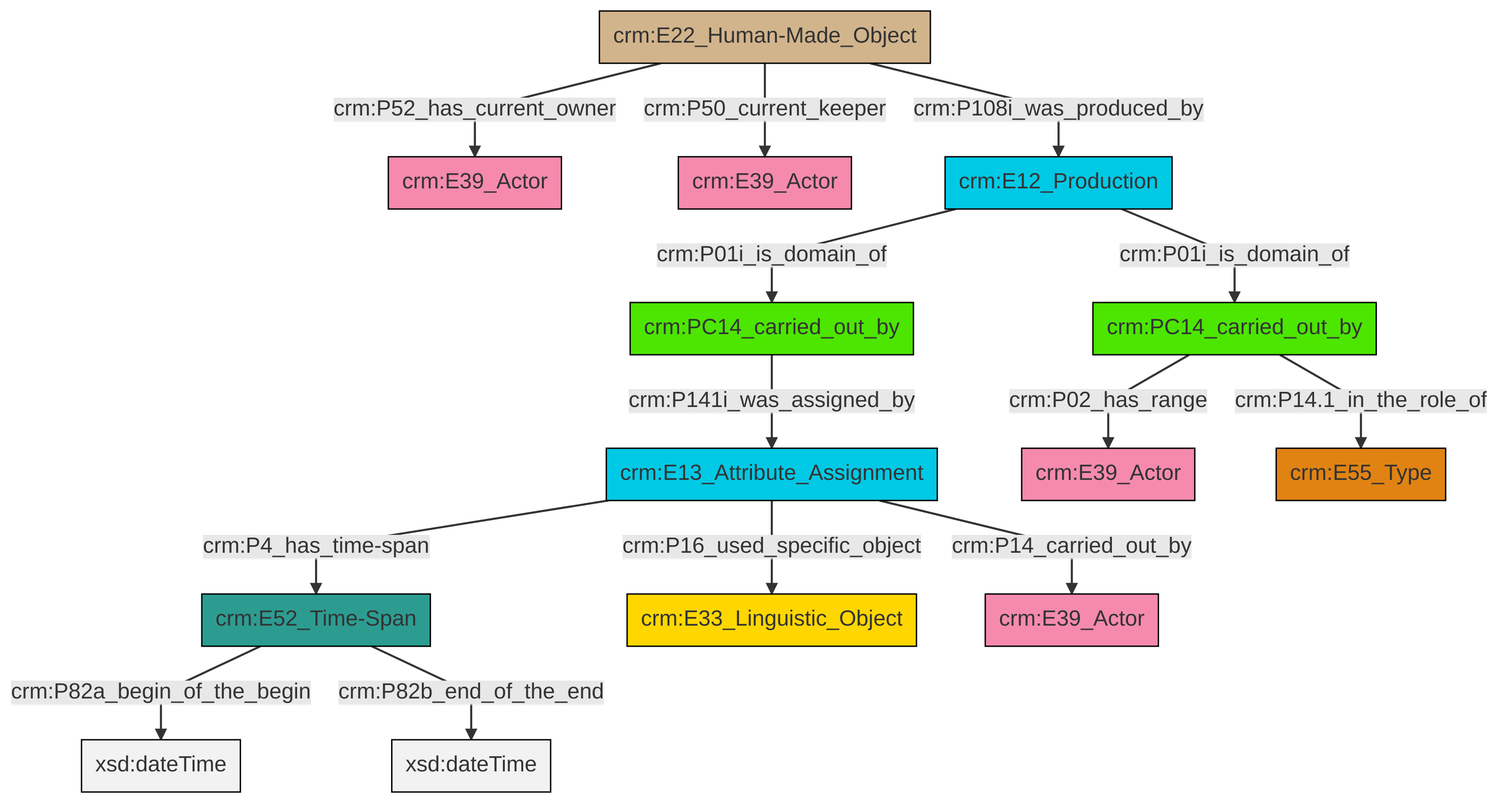
The Mermaid diagram et/carrierCSV/ttl/mmd/png/carrier_relations.png in swiss-art-research-net/docs.swissartresearch, before a commit. Its source is kept beside it as et/carrierCSV/ttl/mmd/carrier_relations.ttl.mmd.
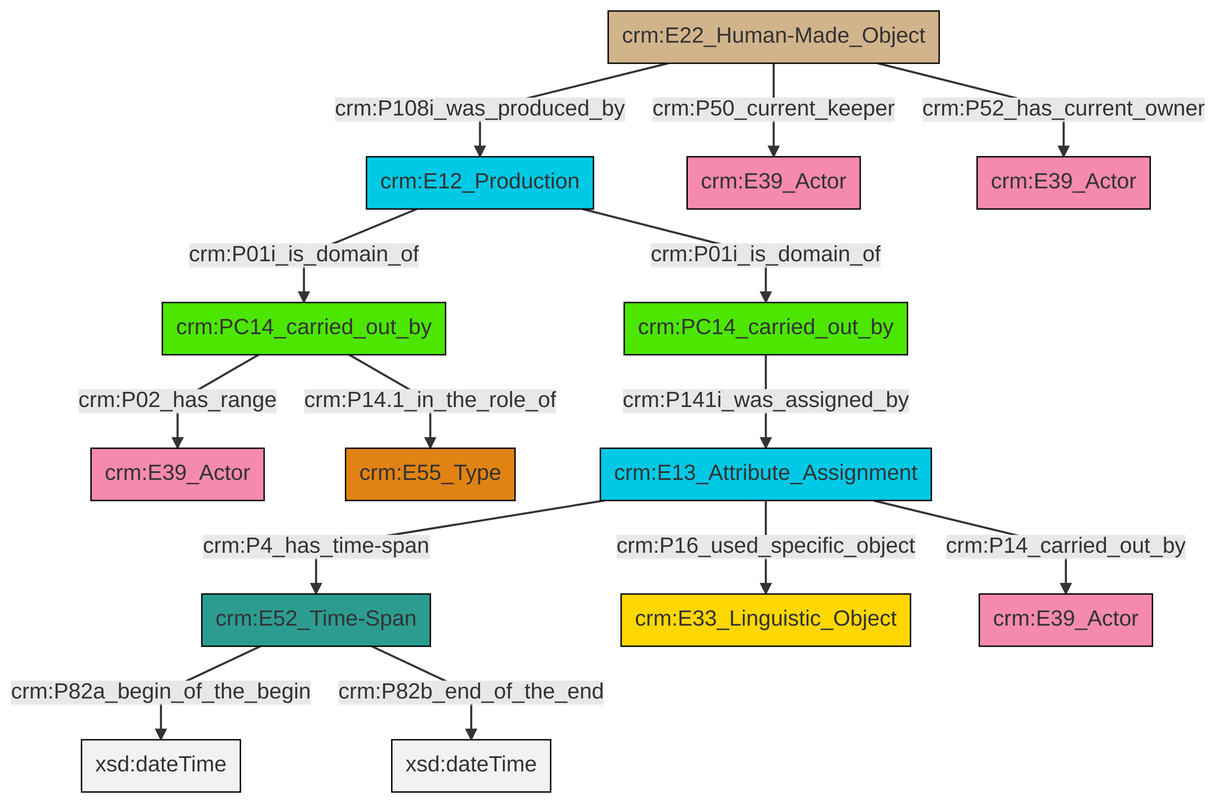
Above is the later version.

Change to the diagram source:
```diff
@@ -13,16 +13,16 @@
 classDef PC_Classes fill:#4ce600, stroke:#000000;
 classDef Multi fill:#cccccc,stroke:#000000;
 
-2["crm:E52_Time-Span"]:::Time-Span -->|crm:P82a_begin_of_the_begin| 3[xsd:dateTime]:::Literal
-4["crm:E13_Attribute_Assignment"]:::Temporal_Entity -->|crm:P4_has_time-span| 2["crm:E52_Time-Span"]:::Time-Span
-7["crm:PC14_carried_out_by"]:::PC_Classes -->|crm:P02_has_range| 8["crm:E39_Actor"]:::Actor
-4["crm:E13_Attribute_Assignment"]:::Temporal_Entity -->|crm:P14_carried_out_by| 11["crm:E39_Actor"]:::Actor
-12["crm:E22_Human-Made_Object"]:::Physical_Thing -->|crm:P52_has_current_owner| 0["crm:E39_Actor"]:::Actor
-2["crm:E52_Time-Span"]:::Time-Span -->|crm:P82b_end_of_the_end| 16[xsd:dateTime]:::Literal
-19["crm:E12_Production"]:::Temporal_Entity -->|crm:P01i_is_domain_of| 7["crm:PC14_carried_out_by"]:::PC_Classes
-12["crm:E22_Human-Made_Object"]:::Physical_Thing -->|crm:P108i_was_produced_by| 19["crm:E12_Production"]:::Temporal_Entity
-4["crm:E13_Attribute_Assignment"]:::Temporal_Entity -->|crm:P16_used_specific_object| 5["crm:E33_Linguistic_Object"]:::Conceptual_Object
-13["crm:PC14_carried_out_by"]:::PC_Classes -->|crm:P141i_was_assigned_by| 4["crm:E13_Attribute_Assignment"]:::Temporal_Entity
-12["crm:E22_Human-Made_Object"]:::Physical_Thing -->|crm:P50_current_keeper| 9["crm:E39_Actor"]:::Actor
-7["crm:PC14_carried_out_by"]:::PC_Classes -->|crm:P14.1_in_the_role_of| 22["crm:E55_Type"]:::Type
-19["crm:E12_Production"]:::Temporal_Entity -->|crm:P01i_is_domain_of| 13["crm:PC14_carried_out_by"]:::PC_Classes
+0["crm:PC14_carried_out_by"]:::PC_Classes -->|crm:P02_has_range| 1["crm:E39_Actor"]:::Actor
+2["crm:PC14_carried_out_by"]:::PC_Classes -->|crm:P141i_was_assigned_by| 3["crm:E13_Attribute_Assignment"]:::Temporal_Entity
+8["crm:E22_Human-Made_Object"]:::Physical_Thing -->|crm:P108i_was_produced_by| 4["crm:E12_Production"]:::Temporal_Entity
+4["crm:E12_Production"]:::Temporal_Entity -->|crm:P01i_is_domain_of| 0["crm:PC14_carried_out_by"]:::PC_Classes
+8["crm:E22_Human-Made_Object"]:::Physical_Thing -->|crm:P50_current_keeper| 14["crm:E39_Actor"]:::Actor
+15["crm:E52_Time-Span"]:::Time-Span -->|crm:P82a_begin_of_the_begin| 16[xsd:dateTime]:::Literal
+0["crm:PC14_carried_out_by"]:::PC_Classes -->|crm:P14.1_in_the_role_of| 17["crm:E55_Type"]:::Type
+4["crm:E12_Production"]:::Temporal_Entity -->|crm:P01i_is_domain_of| 2["crm:PC14_carried_out_by"]:::PC_Classes
+15["crm:E52_Time-Span"]:::Time-Span -->|crm:P82b_end_of_the_end| 20[xsd:dateTime]:::Literal
+8["crm:E22_Human-Made_Object"]:::Physical_Thing -->|crm:P52_has_current_owner| 18["crm:E39_Actor"]:::Actor
+3["crm:E13_Attribute_Assignment"]:::Temporal_Entity -->|crm:P4_has_time-span| 15["crm:E52_Time-Span"]:::Time-Span
+3["crm:E13_Attribute_Assignment"]:::Temporal_Entity -->|crm:P16_used_specific_object| 10["crm:E33_Linguistic_Object"]:::Conceptual_Object
+3["crm:E13_Attribute_Assignment"]:::Temporal_Entity -->|crm:P14_carried_out_by| 6["crm:E39_Actor"]:::Actor
```
